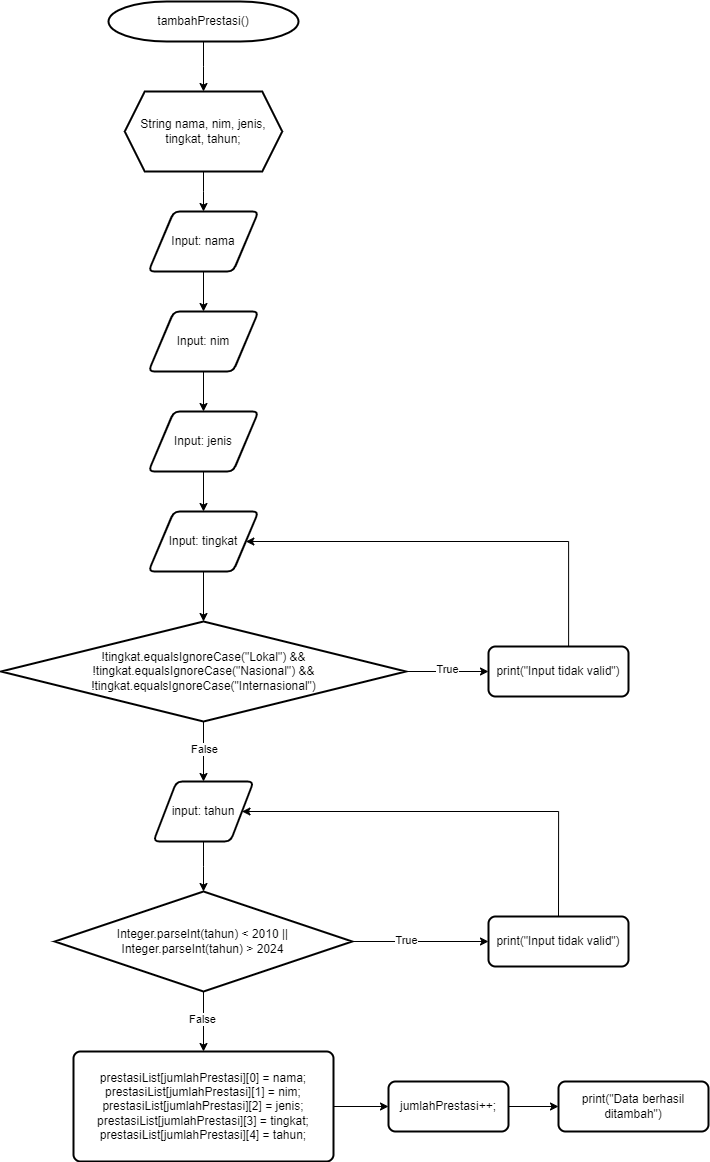
Before: flowchart/fungsi_tambahPrestasi.png, a diagram exported from draw.io (daffaputra09/jobsheet-studi-kasus). Source tidied: cells renumbered, new cells last; positions are measured from the earlier drawing's top-left corner, leaving out a move shared by most shapes.
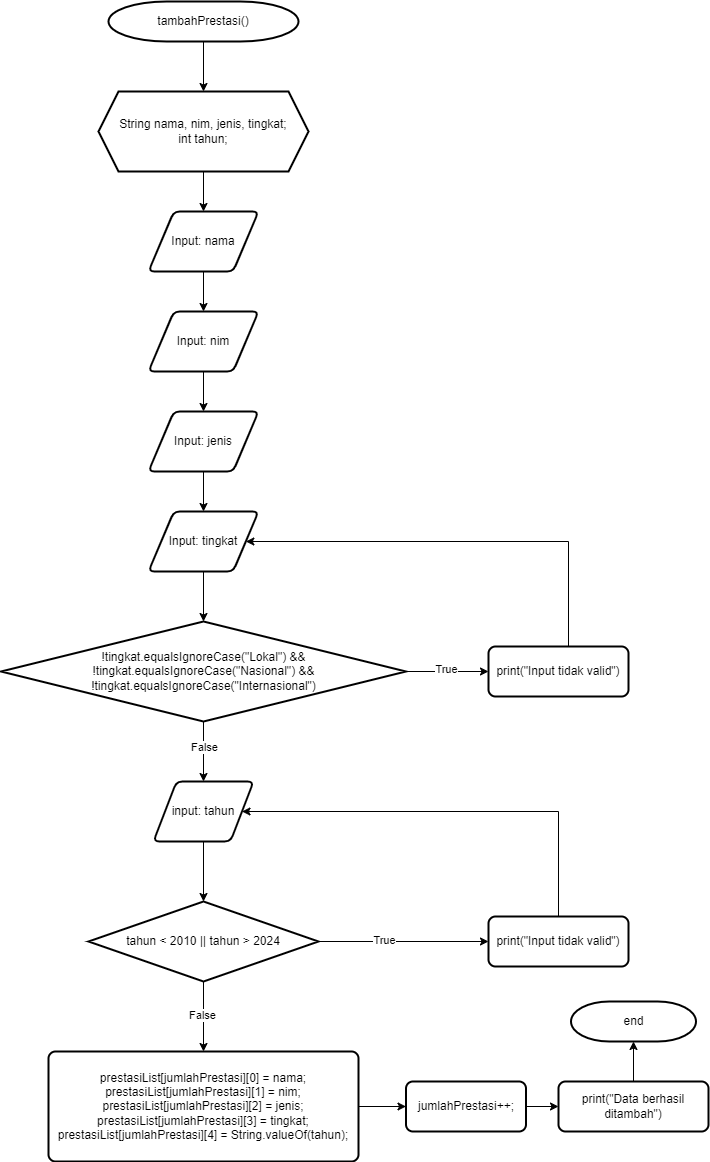
The same diagram one commit later.

Commit message:
Daffa: update tambahPrestasi & repair flowchart main & flowchart tampilkanSemuaPrestasi

Change to the diagram source:
```diff
@@ -11,8 +11,8 @@
     <mxCell id="4" style="edgeStyle=orthogonalEdgeStyle;rounded=0;jettySize=auto;html=1;" parent="1" edge="1" source="5" target="7">
       <mxGeometry relative="1" as="geometry" />
     </mxCell>
-    <mxCell id="5" value="&lt;div&gt;&lt;div&gt;String nama, nim, jenis,&lt;/div&gt;&lt;div&gt;tingkat, tahun;&lt;/div&gt;&lt;/div&gt;" style="shape=hexagon;perimeter=hexagonPerimeter2;whiteSpace=wrap;html=1;fixedSize=1;strokeWidth=2;" parent="1" vertex="1">
-      <mxGeometry x="124.2" y="90" width="157.5" height="80" as="geometry" />
+    <mxCell id="5" value="&lt;div&gt;String nama, nim, jenis, tingkat;&lt;/div&gt;&lt;div&gt;&lt;span style=&quot;background-color: initial;&quot;&gt;int tahun;&lt;/span&gt;&lt;/div&gt;" style="shape=hexagon;perimeter=hexagonPerimeter2;whiteSpace=wrap;html=1;fixedSize=1;strokeWidth=2;" parent="1" vertex="1">
+      <mxGeometry x="98" y="90" width="210" height="80" as="geometry" />
     </mxCell>
     <mxCell id="6" style="edgeStyle=orthogonalEdgeStyle;rounded=0;jettySize=auto;html=1;" parent="1" edge="1" source="7" target="9">
       <mxGeometry relative="1" as="geometry" />
@@ -81,8 +81,8 @@
     <mxCell id="26" value="False" style="edgeLabel;html=1;align=center;verticalAlign=middle;" parent="25" vertex="1">
       <mxGeometry x="-0.08" y="-2" relative="1" as="geometry" />
     </mxCell>
-    <mxCell id="27" value="Integer.parseInt(tahun) &amp;lt; 2010 ||&lt;div&gt;Integer.parseInt(tahun) &amp;gt; 2024&lt;/div&gt;" style="strokeWidth=2;html=1;shape=mxgraph.flowchart.decision;whiteSpace=wrap;" parent="1" vertex="1">
-      <mxGeometry x="54.2" y="890" width="297.5" height="100" as="geometry" />
+    <mxCell id="27" value="tahun &amp;lt; 2010 || tahun &amp;gt; 2024" style="strokeWidth=2;html=1;shape=mxgraph.flowchart.decision;whiteSpace=wrap;" parent="1" vertex="1">
+      <mxGeometry x="88" y="900" width="230" height="80" as="geometry" />
     </mxCell>
     <mxCell id="28" style="edgeStyle=orthogonalEdgeStyle;rounded=0;jettySize=auto;html=1;exitX=0.5;exitY=0;exitDx=0;exitDy=0;entryX=1;entryY=0.5;entryDx=0;entryDy=0;" parent="1" edge="1" source="29" target="22">
       <mxGeometry relative="1" as="geometry">
@@ -97,17 +97,23 @@
     <mxCell id="30" style="edgeStyle=orthogonalEdgeStyle;rounded=0;jettySize=auto;html=1;" parent="1" edge="1" source="31" target="33">
       <mxGeometry relative="1" as="geometry" />
     </mxCell>
-    <mxCell id="31" value="&lt;div&gt;prestasiList[jumlahPrestasi][0] = nama;&lt;/div&gt;&lt;div&gt;&lt;span style=&quot;background-color: initial;&quot;&gt;prestasiList[jumlahPrestasi][1] = nim;&lt;/span&gt;&lt;/div&gt;&lt;div&gt;&lt;span style=&quot;background-color: initial;&quot;&gt;prestasiList[jumlahPrestasi][2] = jenis;&lt;/span&gt;&lt;/div&gt;&lt;div&gt;&lt;span style=&quot;background-color: initial;&quot;&gt;prestasiList[jumlahPrestasi][3] = tingkat;&lt;/span&gt;&lt;/div&gt;&lt;div&gt;&lt;span style=&quot;background-color: initial;&quot;&gt;prestasiList[jumlahPrestasi][4] = tahun;&lt;/span&gt;&lt;/div&gt;" style="rounded=1;whiteSpace=wrap;html=1;absoluteArcSize=1;arcSize=14;strokeWidth=2;" parent="1" vertex="1">
-      <mxGeometry x="73" y="1050" width="260" height="110" as="geometry" />
+    <mxCell id="31" value="&lt;div&gt;prestasiList[jumlahPrestasi][0] = nama;&lt;/div&gt;&lt;div&gt;&lt;span style=&quot;background-color: initial;&quot;&gt;prestasiList[jumlahPrestasi][1] = nim;&lt;/span&gt;&lt;/div&gt;&lt;div&gt;&lt;span style=&quot;background-color: initial;&quot;&gt;prestasiList[jumlahPrestasi][2] = jenis;&lt;/span&gt;&lt;/div&gt;&lt;div&gt;&lt;span style=&quot;background-color: initial;&quot;&gt;prestasiList[jumlahPrestasi][3] = tingkat;&lt;/span&gt;&lt;/div&gt;&lt;div&gt;prestasiList[jumlahPrestasi][4] = String.valueOf(tahun);&lt;/div&gt;" style="rounded=1;whiteSpace=wrap;html=1;absoluteArcSize=1;arcSize=14;strokeWidth=2;" parent="1" vertex="1">
+      <mxGeometry x="48" y="1050" width="310" height="110" as="geometry" />
     </mxCell>
     <mxCell id="32" style="edgeStyle=orthogonalEdgeStyle;rounded=0;jettySize=auto;html=1;" parent="1" edge="1" source="33" target="34">
       <mxGeometry relative="1" as="geometry" />
     </mxCell>
     <mxCell id="33" value="jumlahPrestasi++;" style="rounded=1;whiteSpace=wrap;html=1;absoluteArcSize=1;arcSize=14;strokeWidth=2;" parent="1" vertex="1">
-      <mxGeometry x="388" y="1080" width="120" height="50" as="geometry" />
+      <mxGeometry x="405.5" y="1080" width="120" height="50" as="geometry" />
     </mxCell>
+    <mxCell id="35" style="edgeStyle=orthogonalEdgeStyle;rounded=0;jettySize=auto;html=1;" parent="1" edge="1" source="34" target="36">
+      <mxGeometry relative="1" as="geometry" />
+    </mxCell>
     <mxCell id="34" value="print(&quot;Data berhasil ditambah&quot;)" style="rounded=1;whiteSpace=wrap;html=1;absoluteArcSize=1;arcSize=14;strokeWidth=2;" parent="1" vertex="1">
       <mxGeometry x="558" y="1080" width="150" height="50" as="geometry" />
     </mxCell>
+    <mxCell id="36" value="end" style="strokeWidth=2;html=1;shape=mxgraph.flowchart.terminator;whiteSpace=wrap;" parent="1" vertex="1">
+      <mxGeometry x="570.5" y="1000" width="125" height="40" as="geometry" />
+    </mxCell>
   </root>
 </mxGraphModel>
```
